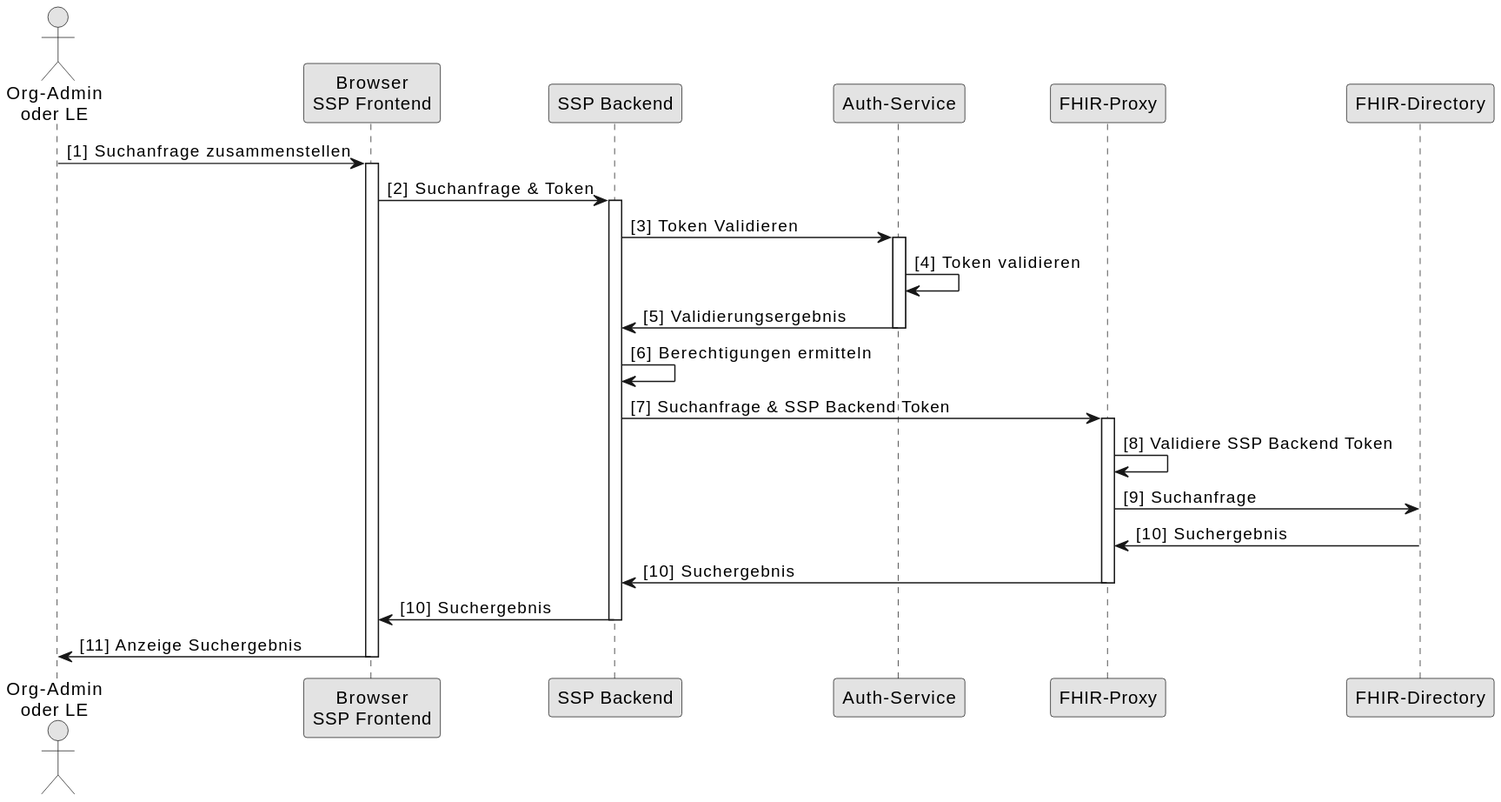
This is images/diagrams/SequenceDiagram.FHIR-Directory.SSP.Suche.svg from gematik/api-vzd, a PlantUML export, as it was before one commit. Source of this version:
```plantuml
@startuml
skinparam dpi 100
skinparam WrapWidth 200
skinparam monochrome true

actor o as "Org-Admin\noder LE"
participant cl as "Browser\nSSP Frontend"
participant be as "SSP Backend"
participant au as "Auth-Service"
participant fp as "FHIR-Proxy"
participant fd as "FHIR-Directory"


o -> cl: [1] Suchanfrage zusammenstellen
activate cl
cl -> be: [2] Suchanfrage & Token
activate be

be -> au: [3] Token Validieren
activate au
au -> au: [4] Token validieren
au -> be: [5] Validierungsergebnis
deactivate au

be -> be: [6] Berechtigungen ermitteln
be -> fp: [7] Suchanfrage & SSP Backend Token
activate fp
fp -> fp: [8] Validiere SSP Backend Token
fp -> fd: [9] Suchanfrage

fd -> fp: [10] Suchergebnis
fp -> be: [10] Suchergebnis
deactivate fp
be -> cl: [10] Suchergebnis
deactivate be

cl -> o: [11] Anzeige Suchergebnis
deactivate cl
@enduml
```
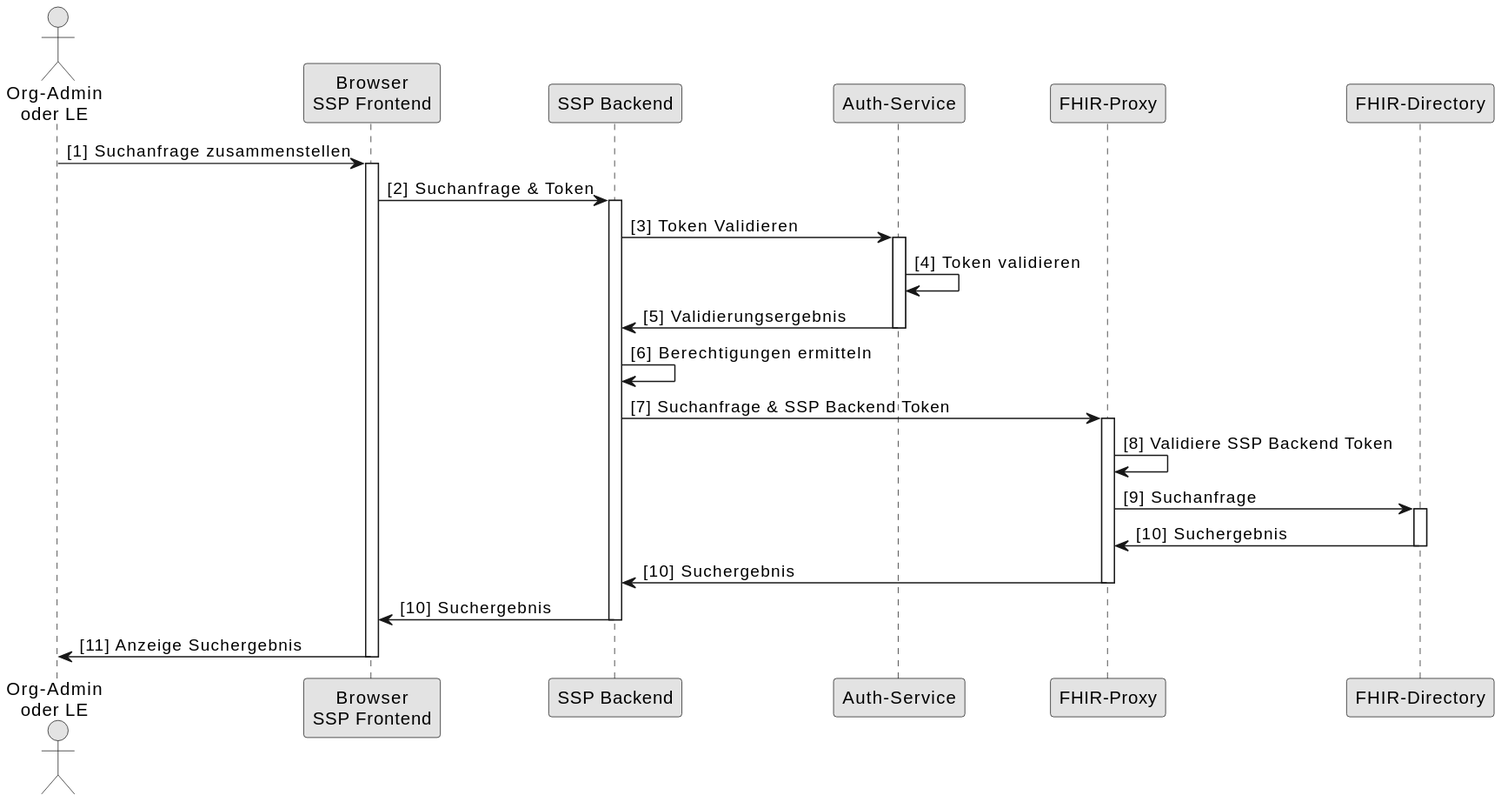
After the commit.

Commit message:
Commit from GitHub Actions (GeneratePlantumlImages)

Change to the diagram source:
```diff
@@ -27,8 +27,10 @@
 activate fp
 fp -> fp: [8] Validiere SSP Backend Token
 fp -> fd: [9] Suchanfrage
+activate fd
 
 fd -> fp: [10] Suchergebnis
+deactivate fd
 fp -> be: [10] Suchergebnis
 deactivate fp
 be -> cl: [10] Suchergebnis
```
